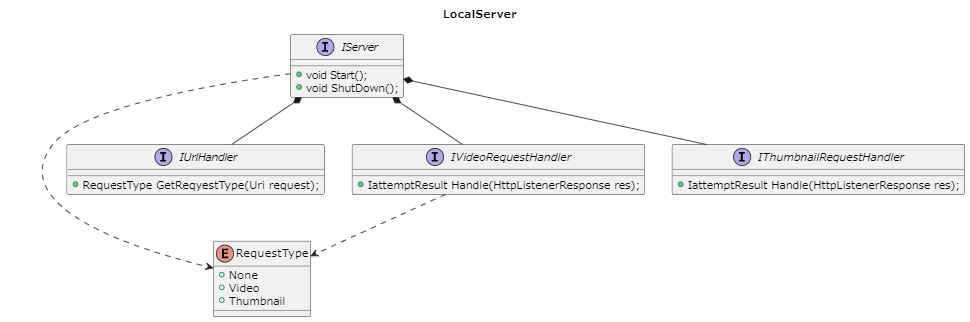
Hayao-H/Niconicome keeps this PlantUML diagram as Niconicome/Design/LocalServer/LocalServer.png. Above is the earlier version. Its source is kept beside it as Niconicome/Design/LocalServer/LocalServer.pu.
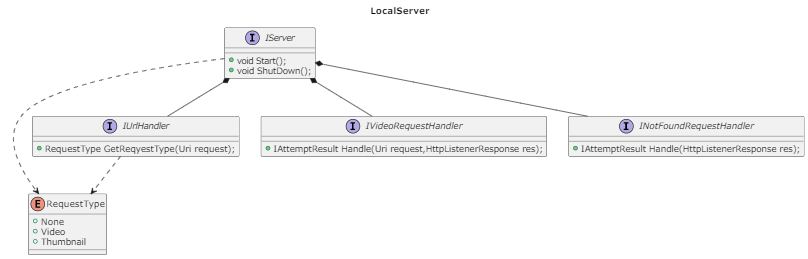
The same file after the commit.

Change to the diagram source:
```diff
@@ -18,17 +18,17 @@
 }
 
 interface IVideoRequestHandler {
-    + IattemptResult Handle(HttpListenerResponse res);
+    + IAttemptResult Handle(Uri request,HttpListenerResponse res);
 }
 
-interface IThumbnailRequestHandler {
-    + IattemptResult Handle(HttpListenerResponse res);
+interface INotFoundRequestHandler {
+    + IAttemptResult Handle(HttpListenerResponse res);
 }
 
 IServer *-- IUrlHandler
 IServer *-- IVideoRequestHandler
-IServer *-- IThumbnailRequestHandler
+IServer *-- INotFoundRequestHandler
 IServer ..> RequestType
-IVideoRequestHandler ..> RequestType
+IUrlHandler ..> RequestType
 
 @enduml
```
